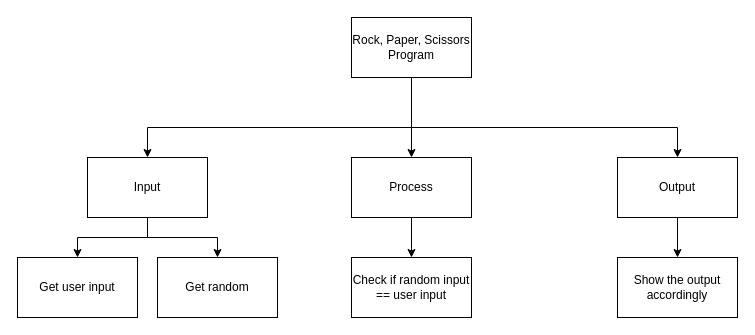
Earlier version of the draw.io diagram design/design.drawio (michael-clermont1/ics4u-assignment-1-typescript). Source tidied: cells renumbered, new cells numbered last; positions are measured from the earlier drawing's top-left corner, leaving out a move shared by most shapes. Both pictures are drawn from the tidied source at 100%, with x=0, y=0 at pixel (17, 17).
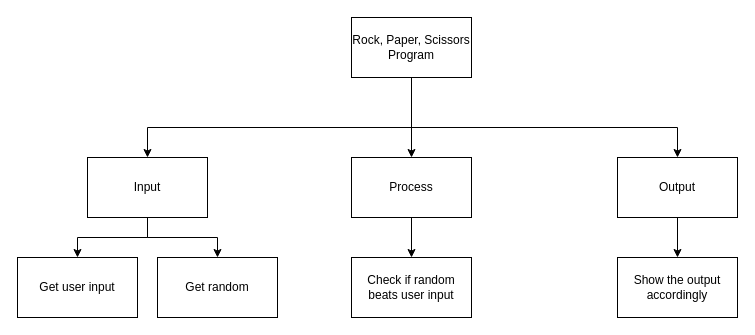
The same page after the edit.

Change to the diagram source:
```diff
@@
-    <mxCell id="15" value="Check if random input == user input" style="rounded=0;whiteSpace=wrap;html=1;" parent="1" vertex="1">
+    <mxCell id="15" value="Check if random beats user input" style="rounded=0;whiteSpace=wrap;html=1;" parent="1" vertex="1">
       <mxGeometry x="334" y="240" width="120" height="60" as="geometry" />
     </mxCell>
```
